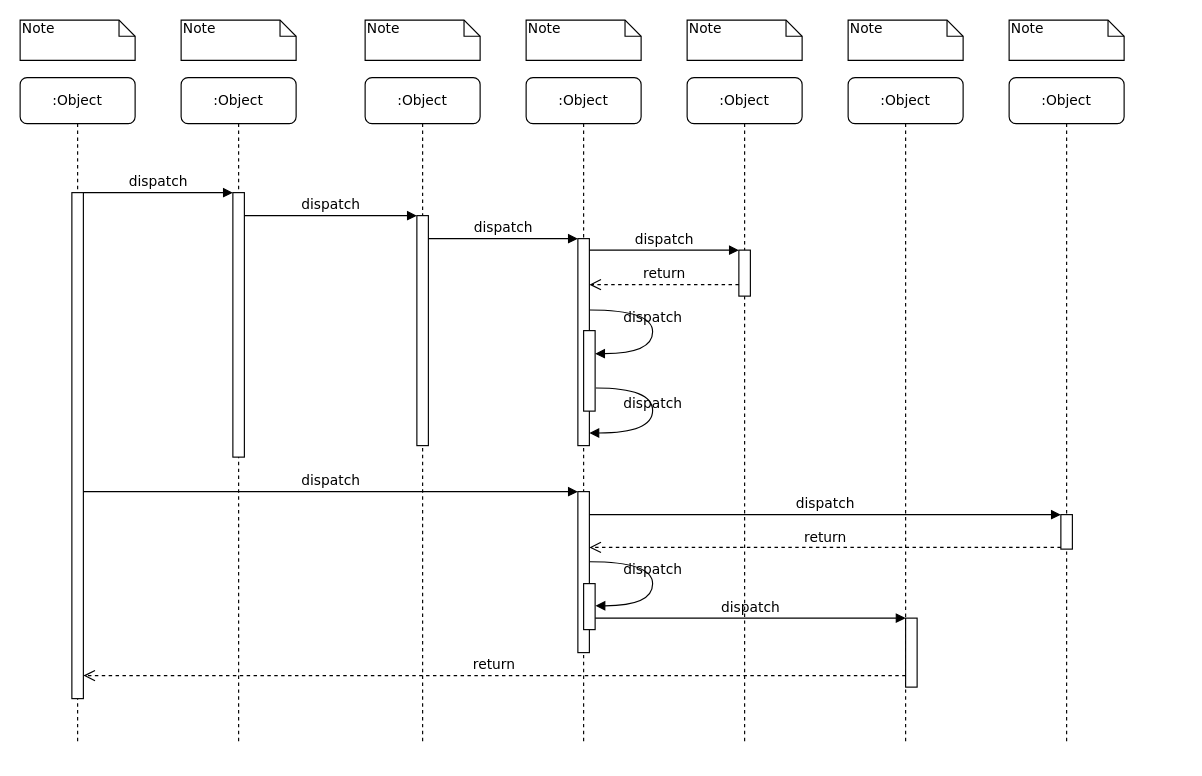
Earlier version of the draw.io diagram Діаграма без назви.drawio (MykolaKolbun/02). Source tidied: cells renumbered, new cells numbered last; positions are measured from the earlier drawing's top-left corner, leaving out a move shared by most shapes. Both pictures are drawn from the tidied source at 115%, with x=0, y=0 at pixel (20, 20).
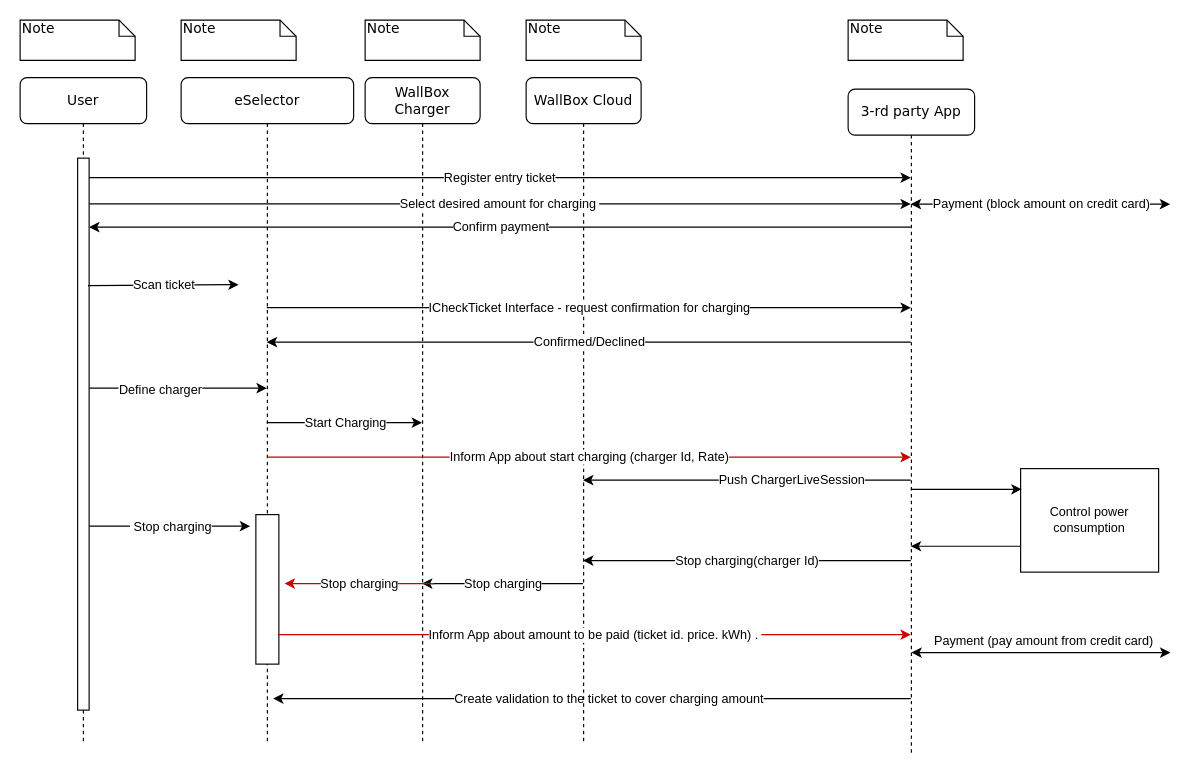
The same diagram, later.

The edit, as a diff of the source:
```diff
@@
-    <mxCell id="2" value=":Object" style="shape=umlLifeline;perimeter=lifelinePerimeter;whiteSpace=wrap;html=1;outlineConnect=0;rounded=1;shadow=0;comic=0;labelBackgroundColor=none;strokeWidth=1;fontFamily=Verdana;fontSize=12;align=center;" parent="1" vertex="1">
-      <mxGeometry x="140" y="50" width="100" height="580" as="geometry" />
+    <mxCell id="2" value="eSelector" style="shape=umlLifeline;perimeter=lifelinePerimeter;whiteSpace=wrap;html=1;outlineConnect=0;rounded=1;shadow=0;comic=0;labelBackgroundColor=none;strokeWidth=1;fontFamily=Verdana;fontSize=12;align=center;" parent="1" vertex="1">
+      <mxGeometry x="140" y="50" width="150" height="580" as="geometry" />
     </mxCell>
-    <mxCell id="3" style="html=1;points=[];perimeter=orthogonalPerimeter;rounded=0;shadow=0;comic=0;labelBackgroundColor=none;strokeWidth=1;fontFamily=Verdana;fontSize=12;align=center;" parent="2" vertex="1">
-      <mxGeometry x="45" y="100" width="10" height="230" as="geometry" />
-    </mxCell>
+    <mxCell id="39" style="endArrow=classic;html=1;rounded=0;strokeColor=#000000;fontFamily=Helvetica;fontSize=11;fontColor=default;" parent="2" edge="1">
+      <mxGeometry relative="1" as="geometry">
+        <mxPoint x="-80" y="390" as="sourcePoint" />
+        <mxPoint x="60" y="390" as="targetPoint" />
+      </mxGeometry>
+    </mxCell>
+    <mxCell id="40" value="&amp;nbsp;Stop charging" style="edgeLabel;html=1;align=center;verticalAlign=middle;fontFamily=Helvetica;fontSize=11;fontColor=default;" parent="39" vertex="1">
+      <mxGeometry relative="1" as="geometry" />
+    </mxCell>
+    <mxCell id="41" style="rounded=0;whiteSpace=wrap;html=1;fontFamily=Helvetica;fontSize=11;fontColor=default;" parent="2" vertex="1">
+      <mxGeometry x="65" y="380" width="20" height="130" as="geometry" />
+    </mxCell>
-    <mxCell id="4" value=":Object" style="shape=umlLifeline;perimeter=lifelinePerimeter;whiteSpace=wrap;html=1;outlineConnect=0;rounded=1;shadow=0;comic=0;labelBackgroundColor=none;strokeWidth=1;fontFamily=Verdana;fontSize=12;align=center;" parent="1" vertex="1">
+    <mxCell id="4" value="WallBox Charger" style="shape=umlLifeline;perimeter=lifelinePerimeter;whiteSpace=wrap;html=1;outlineConnect=0;rounded=1;shadow=0;comic=0;labelBackgroundColor=none;strokeWidth=1;fontFamily=Verdana;fontSize=12;align=center;" parent="1" vertex="1">
       <mxGeometry x="300" y="50" width="100" height="580" as="geometry" />
     </mxCell>
-    <mxCell id="5" style="html=1;points=[];perimeter=orthogonalPerimeter;rounded=0;shadow=0;comic=0;labelBackgroundColor=none;strokeWidth=1;fontFamily=Verdana;fontSize=12;align=center;" parent="4" vertex="1">
-      <mxGeometry x="45" y="120" width="10" height="200" as="geometry" />
-    </mxCell>
+    <mxCell id="42" value="Create validation to the ticket to cover charging amount" style="endArrow=classic;html=1;rounded=0;" parent="4" edge="1" source="8">
+      <mxGeometry x="-0.05" relative="1" as="geometry">
+        <mxPoint x="-80" y="540" as="targetPoint" />
+        <Array as="points">
+          <mxPoint x="165.3" y="540" />
+        </Array>
+      </mxGeometry>
+    </mxCell>
-    <mxCell id="6" value=":Object" style="shape=umlLifeline;perimeter=lifelinePerimeter;whiteSpace=wrap;html=1;outlineConnect=0;rounded=1;shadow=0;comic=0;labelBackgroundColor=none;strokeWidth=1;fontFamily=Verdana;fontSize=12;align=center;" parent="1" vertex="1">
+    <mxCell id="6" value="WallBox Cloud" style="shape=umlLifeline;perimeter=lifelinePerimeter;whiteSpace=wrap;html=1;outlineConnect=0;rounded=1;shadow=0;comic=0;labelBackgroundColor=none;strokeWidth=1;fontFamily=Verdana;fontSize=12;align=center;" parent="1" vertex="1">
       <mxGeometry x="440" y="50" width="100" height="580" as="geometry" />
     </mxCell>
-    <mxCell id="7" value=":Object" style="shape=umlLifeline;perimeter=lifelinePerimeter;whiteSpace=wrap;html=1;rounded=1;shadow=0;comic=0;labelBackgroundColor=none;strokeWidth=1;fontFamily=Verdana;fontSize=12;align=center;" parent="1" vertex="1">
-      <mxGeometry x="580" y="50" width="100" height="580" as="geometry" />
-    </mxCell>
-    <mxCell id="8" value=":Object" style="shape=umlLifeline;perimeter=lifelinePerimeter;whiteSpace=wrap;html=1;outlineConnect=0;rounded=1;shadow=0;comic=0;labelBackgroundColor=none;strokeWidth=1;fontFamily=Verdana;fontSize=12;align=center;" parent="1" vertex="1">
-      <mxGeometry x="720" y="50" width="100" height="580" as="geometry" />
+    <mxCell id="8" value="3-rd party App" style="shape=umlLifeline;perimeter=lifelinePerimeter;whiteSpace=wrap;html=1;outlineConnect=0;rounded=1;shadow=0;comic=0;labelBackgroundColor=none;strokeWidth=1;fontFamily=Verdana;fontSize=12;align=center;" parent="1" vertex="1">
+      <mxGeometry x="720" y="60" width="110" height="580" as="geometry" />
     </mxCell>
-    <mxCell id="9" value=":Object" style="shape=umlLifeline;perimeter=lifelinePerimeter;whiteSpace=wrap;html=1;rounded=1;shadow=0;comic=0;labelBackgroundColor=none;strokeWidth=1;fontFamily=Verdana;fontSize=12;align=center;" parent="1" vertex="1">
-      <mxGeometry x="860" y="50" width="100" height="580" as="geometry" />
-    </mxCell>
-    <mxCell id="10" value=":Object" style="shape=umlLifeline;perimeter=lifelinePerimeter;whiteSpace=wrap;html=1;rounded=1;shadow=0;comic=0;labelBackgroundColor=none;strokeWidth=1;fontFamily=Verdana;fontSize=12;align=center;" parent="1" vertex="1">
-      <mxGeometry y="50" width="100" height="580" as="geometry" />
+    <mxCell id="10" value="User" style="shape=umlLifeline;perimeter=lifelinePerimeter;whiteSpace=wrap;html=1;rounded=1;shadow=0;comic=0;labelBackgroundColor=none;strokeWidth=1;fontFamily=Verdana;fontSize=12;align=center;" parent="1" vertex="1">
+      <mxGeometry y="50" width="110" height="580" as="geometry" />
     </mxCell>
-    <mxCell id="11" style="html=1;points=[];perimeter=orthogonalPerimeter;rounded=0;shadow=0;comic=0;labelBackgroundColor=none;strokeWidth=1;fontFamily=Verdana;fontSize=12;align=center;" parent="10" vertex="1">
-      <mxGeometry x="45" y="100" width="10" height="440" as="geometry" />
-    </mxCell>
-    <mxCell id="12" style="html=1;points=[];perimeter=orthogonalPerimeter;rounded=0;shadow=0;comic=0;labelBackgroundColor=none;strokeWidth=1;fontFamily=Verdana;fontSize=12;align=center;" parent="1" vertex="1">
-      <mxGeometry x="485" y="190" width="10" height="180" as="geometry" />
-    </mxCell>
-    <mxCell id="13" value="dispatch" style="html=1;verticalAlign=bottom;endArrow=block;labelBackgroundColor=none;fontFamily=Verdana;fontSize=12;edgeStyle=elbowEdgeStyle;elbow=vertical;" parent="1" edge="1" source="5" target="12">
-      <mxGeometry relative="1" as="geometry">
-        <Array as="points">
-          <mxPoint x="360" y="190" />
-        </Array>
-      </mxGeometry>
-    </mxCell>
-    <mxCell id="14" style="html=1;points=[];perimeter=orthogonalPerimeter;rounded=0;shadow=0;comic=0;labelBackgroundColor=none;strokeWidth=1;fontFamily=Verdana;fontSize=12;align=center;" parent="1" vertex="1">
-      <mxGeometry x="625" y="200" width="10" height="40" as="geometry" />
-    </mxCell>
-    <mxCell id="15" value="dispatch" style="html=1;verticalAlign=bottom;endArrow=block;entryX=0;entryY=0;labelBackgroundColor=none;fontFamily=Verdana;fontSize=12;edgeStyle=elbowEdgeStyle;elbow=vertical;" parent="1" edge="1" source="12" target="14">
-      <mxGeometry relative="1" as="geometry" />
-    </mxCell>
-    <mxCell id="16" value="return" style="html=1;verticalAlign=bottom;endArrow=open;dashed=1;endSize=8;labelBackgroundColor=none;fontFamily=Verdana;fontSize=12;edgeStyle=elbowEdgeStyle;elbow=vertical;" parent="1" edge="1" source="14" target="12">
-      <mxGeometry relative="1" as="geometry">
-        <Array as="points">
-          <mxPoint x="570" y="230" />
-          <mxPoint x="600" y="230" />
-        </Array>
-      </mxGeometry>
-    </mxCell>
-    <mxCell id="17" style="html=1;points=[];perimeter=orthogonalPerimeter;rounded=0;shadow=0;comic=0;labelBackgroundColor=none;strokeWidth=1;fontFamily=Verdana;fontSize=12;align=center;" parent="1" vertex="1">
-      <mxGeometry x="485" y="410" width="10" height="140" as="geometry" />
-    </mxCell>
-    <mxCell id="18" value="dispatch" style="html=1;verticalAlign=bottom;endArrow=block;entryX=0;entryY=0;labelBackgroundColor=none;fontFamily=Verdana;fontSize=12;" parent="1" edge="1" source="11" target="17">
-      <mxGeometry relative="1" as="geometry" />
-    </mxCell>
-    <mxCell id="19" style="html=1;points=[];perimeter=orthogonalPerimeter;rounded=0;shadow=0;comic=0;labelBackgroundColor=none;strokeColor=#000000;strokeWidth=1;fillColor=#FFFFFF;fontFamily=Verdana;fontSize=12;fontColor=#000000;align=center;" parent="1" vertex="1">
-      <mxGeometry x="905" y="430" width="10" height="30" as="geometry" />
-    </mxCell>
-    <mxCell id="20" value="dispatch" style="html=1;verticalAlign=bottom;endArrow=block;entryX=0;entryY=0;labelBackgroundColor=none;fontFamily=Verdana;fontSize=12;" parent="1" edge="1" source="17" target="19">
-      <mxGeometry relative="1" as="geometry" />
-    </mxCell>
-    <mxCell id="21" value="return" style="html=1;verticalAlign=bottom;endArrow=open;dashed=1;endSize=8;exitX=0;exitY=0.95;labelBackgroundColor=none;fontFamily=Verdana;fontSize=12;" parent="1" edge="1" source="19" target="17">
-      <mxGeometry relative="1" as="geometry" />
-    </mxCell>
-    <mxCell id="22" style="html=1;points=[];perimeter=orthogonalPerimeter;rounded=0;shadow=0;comic=0;labelBackgroundColor=none;strokeWidth=1;fontFamily=Verdana;fontSize=12;align=center;" parent="1" vertex="1">
-      <mxGeometry x="770" y="520" width="10" height="60" as="geometry" />
-    </mxCell>
-    <mxCell id="23" value="dispatch" style="html=1;verticalAlign=bottom;endArrow=block;entryX=0;entryY=0;labelBackgroundColor=none;fontFamily=Verdana;fontSize=12;edgeStyle=elbowEdgeStyle;elbow=vertical;" parent="1" edge="1" source="30" target="22">
-      <mxGeometry relative="1" as="geometry" />
-    </mxCell>
-    <mxCell id="24" value="return" style="html=1;verticalAlign=bottom;endArrow=open;dashed=1;endSize=8;labelBackgroundColor=none;fontFamily=Verdana;fontSize=12;edgeStyle=elbowEdgeStyle;elbow=vertical;" parent="1" edge="1" source="22" target="11">
-      <mxGeometry relative="1" as="geometry">
-        <Array as="points">
-          <mxPoint x="470" y="570" />
-        </Array>
-      </mxGeometry>
-    </mxCell>
-    <mxCell id="25" value="dispatch" style="html=1;verticalAlign=bottom;endArrow=block;entryX=0;entryY=0;labelBackgroundColor=none;fontFamily=Verdana;fontSize=12;edgeStyle=elbowEdgeStyle;elbow=vertical;" parent="1" edge="1" source="11" target="3">
-      <mxGeometry relative="1" as="geometry" />
-    </mxCell>
-    <mxCell id="26" value="dispatch" style="html=1;verticalAlign=bottom;endArrow=block;entryX=0;entryY=0;labelBackgroundColor=none;fontFamily=Verdana;fontSize=12;edgeStyle=elbowEdgeStyle;elbow=vertical;" parent="1" edge="1" source="3" target="5">
-      <mxGeometry relative="1" as="geometry" />
-    </mxCell>
-    <mxCell id="27" style="html=1;points=[];perimeter=orthogonalPerimeter;rounded=0;shadow=0;comic=0;labelBackgroundColor=none;strokeWidth=1;fontFamily=Verdana;fontSize=12;align=center;" parent="1" vertex="1">
-      <mxGeometry x="490" y="270" width="10" height="70" as="geometry" />
-    </mxCell>
-    <mxCell id="28" value="dispatch" style="html=1;verticalAlign=bottom;endArrow=block;labelBackgroundColor=none;fontFamily=Verdana;fontSize=12;elbow=vertical;edgeStyle=orthogonalEdgeStyle;curved=1;entryX=1;entryY=0.286;entryPerimeter=0;exitX=1.038;exitY=0.345;exitPerimeter=0;" parent="1" edge="1" source="12" target="27">
-      <mxGeometry relative="1" as="geometry">
-        <Array as="points">
-          <mxPoint x="550" y="252" />
-          <mxPoint x="550" y="290" />
-        </Array>
-      </mxGeometry>
-    </mxCell>
-    <mxCell id="29" value="dispatch" style="html=1;verticalAlign=bottom;endArrow=block;labelBackgroundColor=none;fontFamily=Verdana;fontSize=12;elbow=vertical;edgeStyle=orthogonalEdgeStyle;curved=1;exitX=1.066;exitY=0.713;exitPerimeter=0;" parent="1" edge="1" source="27">
-      <mxGeometry relative="1" as="geometry">
-        <mxPoint x="495" y="359" as="targetPoint" />
-        <Array as="points">
-          <mxPoint x="550" y="320" />
-          <mxPoint x="550" y="359" />
-        </Array>
-      </mxGeometry>
-    </mxCell>
-    <mxCell id="30" style="html=1;points=[];perimeter=orthogonalPerimeter;rounded=0;shadow=0;comic=0;labelBackgroundColor=none;strokeWidth=1;fontFamily=Verdana;fontSize=12;align=center;" parent="1" vertex="1">
-      <mxGeometry x="490" y="490" width="10" height="40" as="geometry" />
-    </mxCell>
-    <mxCell id="31" value="dispatch" style="html=1;verticalAlign=bottom;endArrow=block;labelBackgroundColor=none;fontFamily=Verdana;fontSize=12;elbow=vertical;edgeStyle=orthogonalEdgeStyle;curved=1;entryX=1;entryY=0.286;entryPerimeter=0;exitX=1.038;exitY=0.345;exitPerimeter=0;" parent="1" edge="1">
-      <mxGeometry relative="1" as="geometry">
-        <mxPoint x="495.3" y="471" as="sourcePoint" />
-        <mxPoint x="500.3" y="509.3" as="targetPoint" />
-        <Array as="points">
-          <mxPoint x="550" y="471" />
-          <mxPoint x="550" y="509" />
-        </Array>
-      </mxGeometry>
-    </mxCell>
+    <mxCell id="43" style="rounded=0;whiteSpace=wrap;html=1;" parent="10" vertex="1">
+      <mxGeometry x="50" y="70" width="10" height="480" as="geometry" />
+    </mxCell>
@@
-    <mxCell id="36" value="Note" style="shape=note;whiteSpace=wrap;html=1;size=14;verticalAlign=top;align=left;spacingTop=-6;rounded=0;shadow=0;comic=0;labelBackgroundColor=none;strokeWidth=1;fontFamily=Verdana;fontSize=12;" parent="1" vertex="1">
-      <mxGeometry x="580" width="100" height="35" as="geometry" />
-    </mxCell>
@@
-    <mxCell id="38" value="Note" style="shape=note;whiteSpace=wrap;html=1;size=14;verticalAlign=top;align=left;spacingTop=-6;rounded=0;shadow=0;comic=0;labelBackgroundColor=none;strokeWidth=1;fontFamily=Verdana;fontSize=12;" parent="1" vertex="1">
-      <mxGeometry x="860" width="100" height="35" as="geometry" />
-    </mxCell>
+    <mxCell id="44" value="Register entry ticket" style="endArrow=classic;html=1;rounded=0;" parent="1" edge="1" target="8">
+      <mxGeometry relative="1" as="geometry">
+        <mxPoint x="60" y="137" as="sourcePoint" />
+        <Array as="points">
+          <mxPoint x="410" y="137" />
+        </Array>
+      </mxGeometry>
+    </mxCell>
+    <mxCell id="45" value="Select desired amount for charging&amp;nbsp;" style="endArrow=classic;html=1;rounded=0;exitX=1;exitY=0.083;exitDx=0;exitDy=0;exitPerimeter=0;" parent="1" edge="1" source="43" target="8">
+      <mxGeometry relative="1" as="geometry" />
+    </mxCell>
+    <mxCell id="46" value="Payment (block amount on credit card)" style="endArrow=classic;startArrow=classic;html=1;rounded=0;" parent="1" edge="1" source="8">
+      <mxGeometry relative="1" as="geometry">
+        <mxPoint x="1000" y="160" as="targetPoint" />
+      </mxGeometry>
+    </mxCell>
+    <mxCell id="47" value="Confirm payment" style="endArrow=classic;html=1;rounded=0;" parent="1" edge="1" source="8">
+      <mxGeometry relative="1" as="geometry">
+        <mxPoint x="60" y="180" as="targetPoint" />
+      </mxGeometry>
+    </mxCell>
+    <mxCell id="48" value="Scan ticket" style="endArrow=classic;html=1;rounded=0;exitX=0.9;exitY=0.231;exitDx=0;exitDy=0;exitPerimeter=0;" parent="1" edge="1" source="43">
+      <mxGeometry relative="1" as="geometry">
+        <mxPoint x="190" y="230" as="targetPoint" />
+      </mxGeometry>
+    </mxCell>
+    <mxCell id="49" value="ICheckTicket Interface - request confirmation for charging" style="endArrow=classic;html=1;rounded=0;" parent="1" edge="1" source="2" target="8">
+      <mxGeometry relative="1" as="geometry">
+        <Array as="points">
+          <mxPoint x="430" y="250" />
+        </Array>
+      </mxGeometry>
+    </mxCell>
+    <mxCell id="50" value="Confirmed/Declined" style="endArrow=classic;html=1;rounded=0;" parent="1" edge="1" source="8" target="2">
+      <mxGeometry relative="1" as="geometry">
+        <Array as="points">
+          <mxPoint x="470" y="280" />
+        </Array>
+      </mxGeometry>
+    </mxCell>
+    <mxCell id="51" style="endArrow=classic;html=1;rounded=0;" parent="1" edge="1" target="2">
+      <mxGeometry relative="1" as="geometry">
+        <mxPoint x="60" y="320" as="sourcePoint" />
+        <Array as="points">
+          <mxPoint x="120" y="320" />
+          <mxPoint x="140" y="320" />
+        </Array>
+      </mxGeometry>
+    </mxCell>
+    <mxCell id="52" value="Define charger" style="edgeLabel;html=1;align=center;verticalAlign=middle;" parent="51" vertex="1">
+      <mxGeometry x="-0.21" y="-1" relative="1" as="geometry" />
+    </mxCell>
+    <mxCell id="53" value="Start Charging" style="endArrow=classic;html=1;rounded=0;" parent="1" edge="1" source="2" target="4">
+      <mxGeometry relative="1" as="geometry">
+        <Array as="points">
+          <mxPoint x="330" y="350" />
+        </Array>
+      </mxGeometry>
+    </mxCell>
+    <mxCell id="54" value="&lt;span style=&quot;text-align: start;&quot;&gt;&lt;font style=&quot;font-size: 11px;&quot;&gt;Push ChargerLiveSession&lt;/font&gt;&lt;/span&gt;" style="endArrow=classic;html=1;rounded=0;fontColor=default;" parent="1" edge="1" source="8" target="6">
+      <mxGeometry x="-0.27" relative="1" as="geometry">
+        <Array as="points">
+          <mxPoint x="750" y="400" />
+          <mxPoint x="640" y="400" />
+        </Array>
+      </mxGeometry>
+    </mxCell>
+    <mxCell id="55" value="Control power consumption" style="rounded=0;whiteSpace=wrap;html=1;fontFamily=Helvetica;fontSize=11;fontColor=default;" parent="1" vertex="1">
+      <mxGeometry x="870" y="390" width="120" height="90" as="geometry" />
+    </mxCell>
+    <mxCell id="56" style="endArrow=classic;html=1;rounded=0;fontFamily=Helvetica;fontSize=11;fontColor=default;entryX=0.007;entryY=0.2;entryDx=0;entryDy=0;entryPerimeter=0;" parent="1" edge="1" source="8" target="55">
+      <mxGeometry relative="1" as="geometry" />
+    </mxCell>
+    <mxCell id="57" style="endArrow=classic;html=1;rounded=0;fontFamily=Helvetica;fontSize=11;fontColor=default;exitX=0;exitY=0.75;exitDx=0;exitDy=0;" parent="1" edge="1" source="55" target="8">
+      <mxGeometry relative="1" as="geometry" />
+    </mxCell>
+    <mxCell id="58" value="Inform App about start charging (charger Id, Rate)" style="endArrow=classic;html=1;rounded=0;fontFamily=Helvetica;fontSize=11;fontColor=default;strokeColor=#CC0000;" parent="1" edge="1" source="2" target="8">
+      <mxGeometry relative="1" as="geometry">
+        <Array as="points">
+          <mxPoint x="560" y="380" />
+        </Array>
+      </mxGeometry>
+    </mxCell>
+    <mxCell id="59" value="Stop charging(charger Id)" style="endArrow=classic;html=1;rounded=0;fontFamily=Helvetica;fontSize=11;fontColor=default;" parent="1" edge="1" source="8" target="6">
+      <mxGeometry relative="1" as="geometry">
+        <Array as="points">
+          <mxPoint x="510" y="470" />
+        </Array>
+      </mxGeometry>
+    </mxCell>
+    <mxCell id="60" value="Stop charging" style="endArrow=classic;html=1;rounded=0;strokeColor=#000000;fontFamily=Helvetica;fontSize=11;fontColor=default;" parent="1" edge="1" source="6" target="4">
+      <mxGeometry relative="1" as="geometry">
+        <Array as="points">
+          <mxPoint x="460" y="490" />
+        </Array>
+      </mxGeometry>
+    </mxCell>
+    <mxCell id="61" value="Stop charging" style="endArrow=classic;html=1;rounded=0;strokeColor=#CC0000;fontFamily=Helvetica;fontSize=11;fontColor=default;" parent="1" edge="1">
+      <mxGeometry relative="1" as="geometry">
+        <mxPoint x="360" y="490" as="sourcePoint" />
+        <mxPoint x="230" y="490" as="targetPoint" />
+        <Array as="points">
+          <mxPoint x="300" y="490" />
+        </Array>
+      </mxGeometry>
+    </mxCell>
+    <mxCell id="62" style="endArrow=classic;html=1;rounded=0;strokeColor=#CC0000;fontFamily=Helvetica;fontSize=11;fontColor=default;exitX=0.967;exitY=0.803;exitDx=0;exitDy=0;exitPerimeter=0;" parent="1" edge="1" source="41" target="8">
+      <mxGeometry relative="1" as="geometry" />
+    </mxCell>
+    <mxCell id="63" value="Inform App about amount to be paid (ticket id. price. kWh) .&amp;nbsp;" style="edgeLabel;html=1;align=center;verticalAlign=middle;fontFamily=Helvetica;fontSize=11;fontColor=default;" parent="62" vertex="1">
+      <mxGeometry relative="1" as="geometry" />
+    </mxCell>
+    <mxCell id="64" value="Payment (pay amount from credit card)" style="endArrow=classic;startArrow=classic;html=1;rounded=0;" parent="1" edge="1">
+      <mxGeometry x="0.02" y="10" relative="1" as="geometry">
+        <mxPoint x="775" y="550" as="sourcePoint" />
+        <mxPoint x="1000.2" y="550" as="targetPoint" />
+      </mxGeometry>
+    </mxCell>
```
